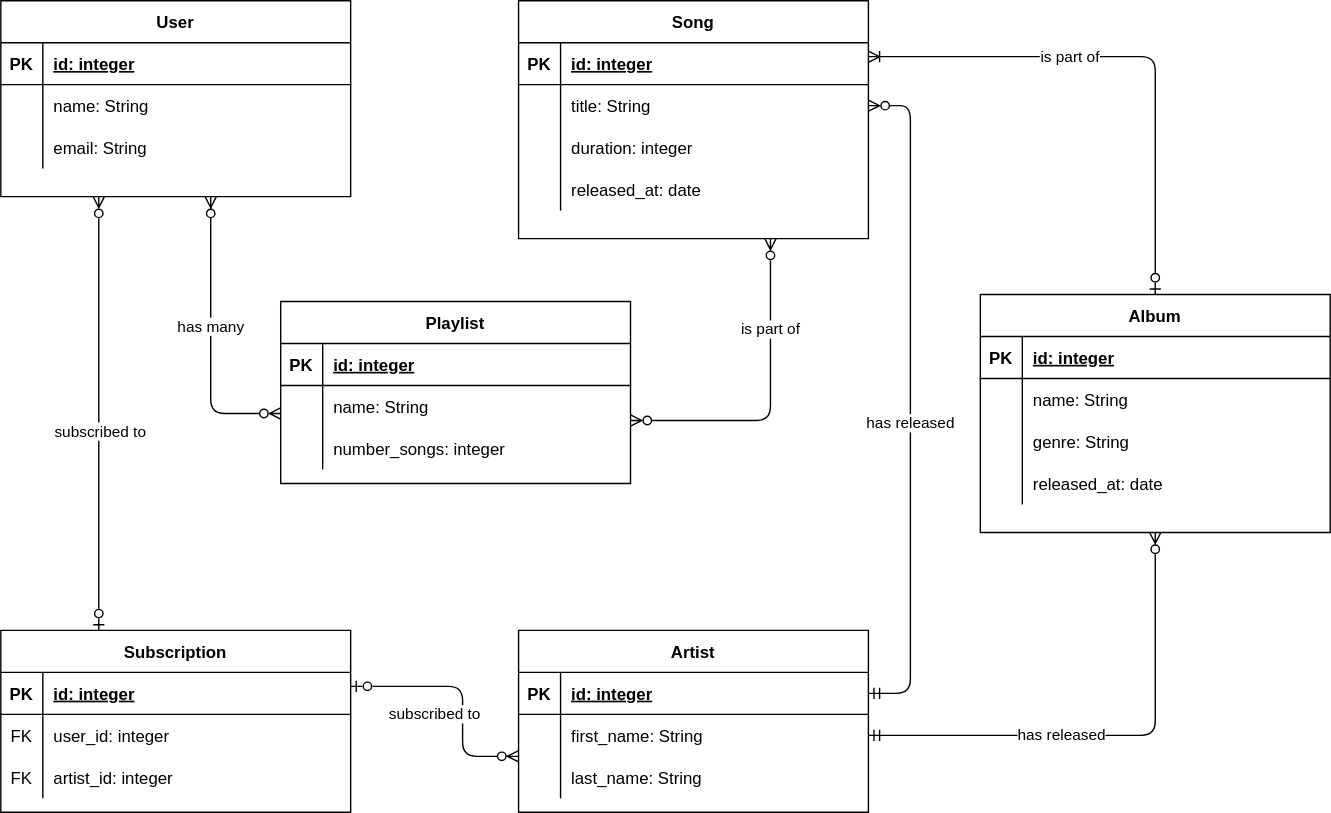
Before: erd.svg, a diagram exported from draw.io (SBakanow/hhn-db1-memeql). Source tidied: cells renumbered, new cells last; positions are measured from the earlier drawing's top-left corner, leaving out a move shared by most shapes.
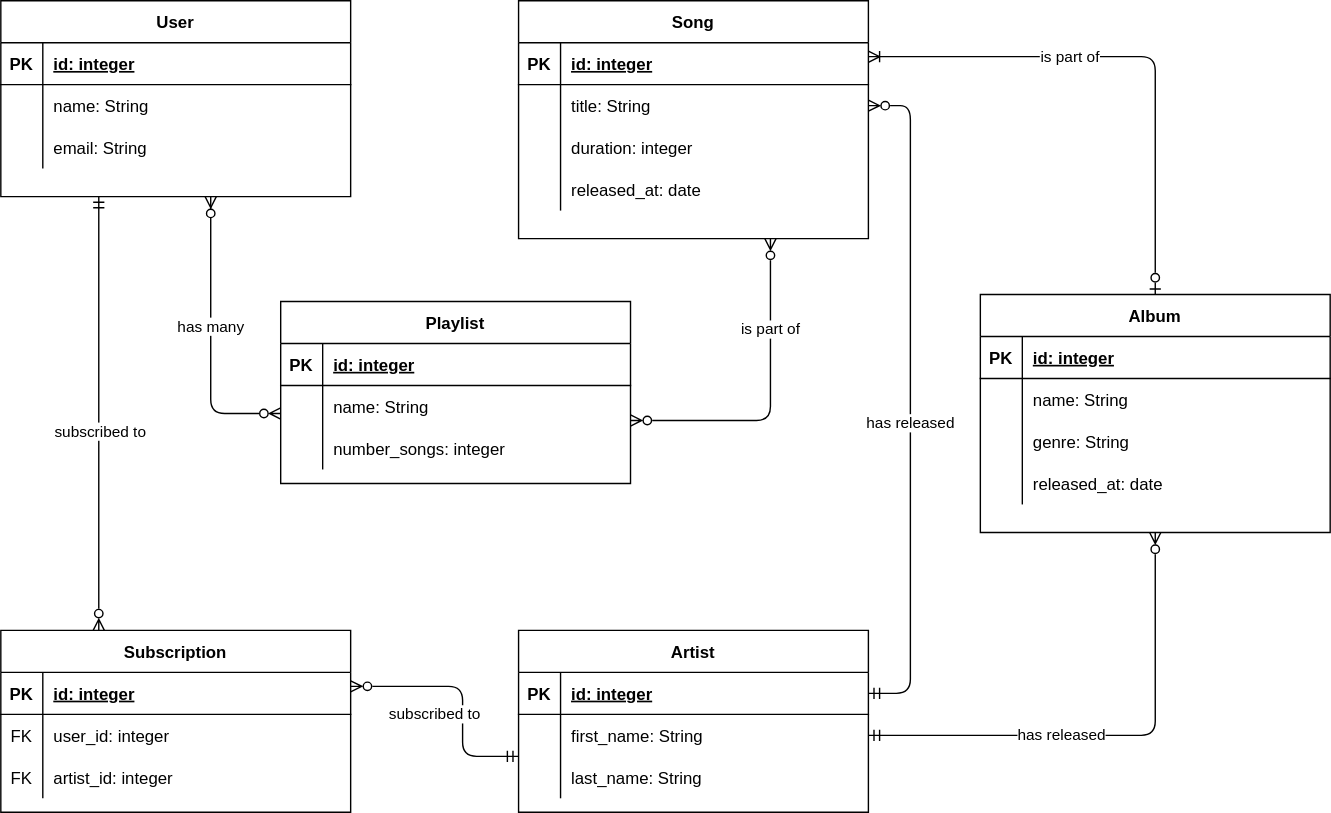
The same file after the commit.

Change to the diagram source:
```diff
@@ -189,7 +189,7 @@
         <mxPoint y="-55" as="offset" />
       </mxGeometry>
     </mxCell>
-    <mxCell id="61" style="edgeStyle=orthogonalEdgeStyle;endArrow=ERzeroToMany;startArrow=ERzeroToOne;endFill=0;startFill=0;" parent="1" edge="1" source="47" target="27">
+    <mxCell id="61" style="edgeStyle=orthogonalEdgeStyle;endArrow=ERmandOne;startArrow=ERzeroToMany;endFill=0;startFill=0;" parent="1" edge="1" source="47" target="27">
       <mxGeometry relative="1" as="geometry">
         <Array as="points">
           <mxPoint x="70" y="270" />
@@ -200,7 +200,7 @@
     <mxCell id="62" value="subscribed to" style="edgeLabel;html=1;align=center;verticalAlign=middle;" parent="61" vertex="1">
       <mxGeometry x="-0.08" y="-1" relative="1" as="geometry" />
     </mxCell>
-    <mxCell id="63" style="edgeStyle=orthogonalEdgeStyle;endArrow=ERzeroToMany;startArrow=ERzeroToOne;endFill=1;startFill=0;" parent="1" edge="1" source="47" target="17">
+    <mxCell id="63" style="edgeStyle=orthogonalEdgeStyle;endArrow=ERmandOne;startArrow=ERzeroToMany;endFill=0;startFill=0;" parent="1" edge="1" source="47" target="17">
       <mxGeometry relative="1" as="geometry">
         <Array as="points">
           <mxPoint x="330" y="490" />
```
